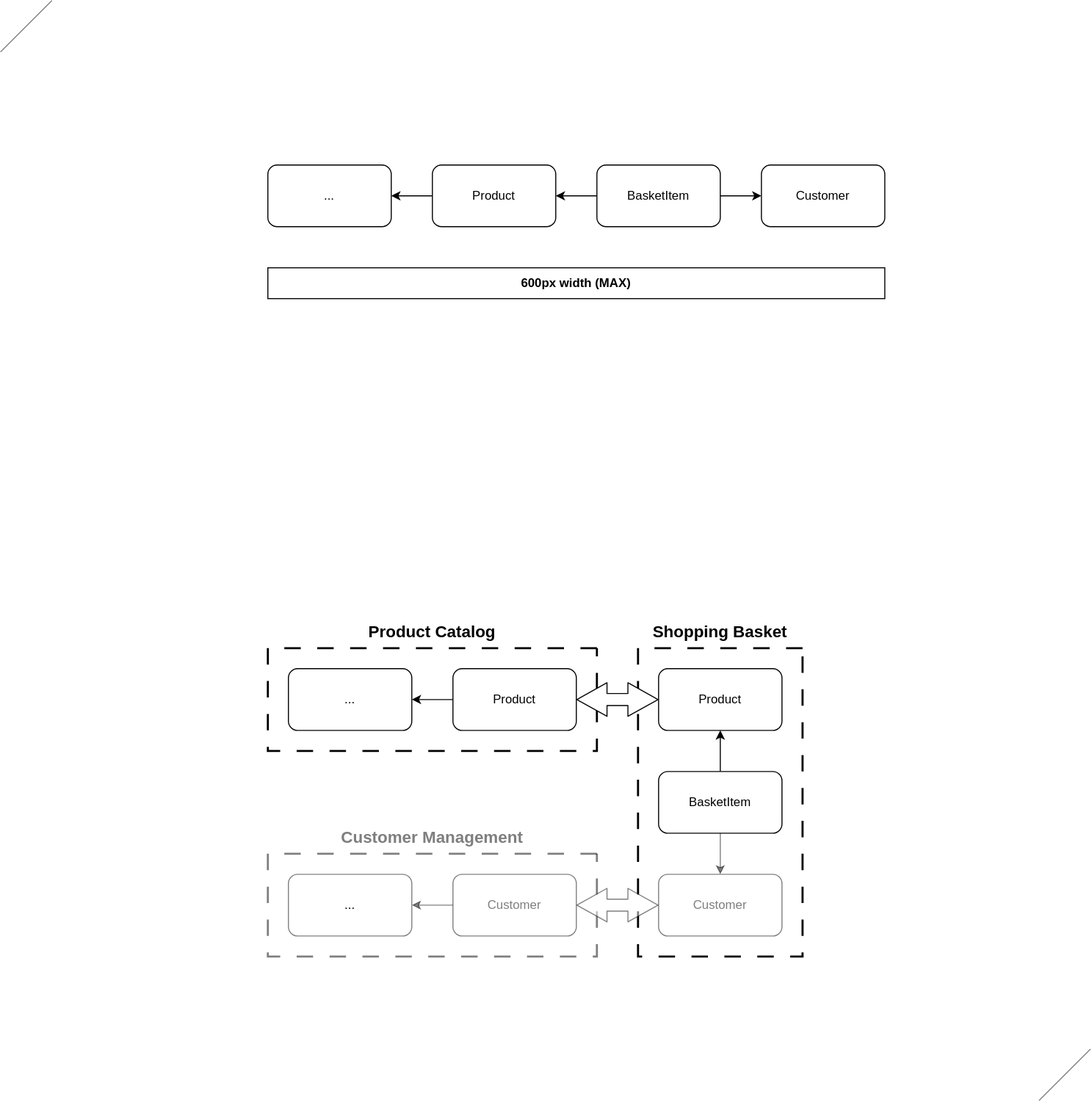
Before: Diagrams/Modular Monolith—Bounded Contexts.svg, a diagram exported from draw.io (PacktPublishing/Architecting-ASP.NET-Core-Applications-3E). Source tidied: cells renumbered, new cells last; positions are measured from the earlier drawing's top-left corner, leaving out a move shared by most shapes.
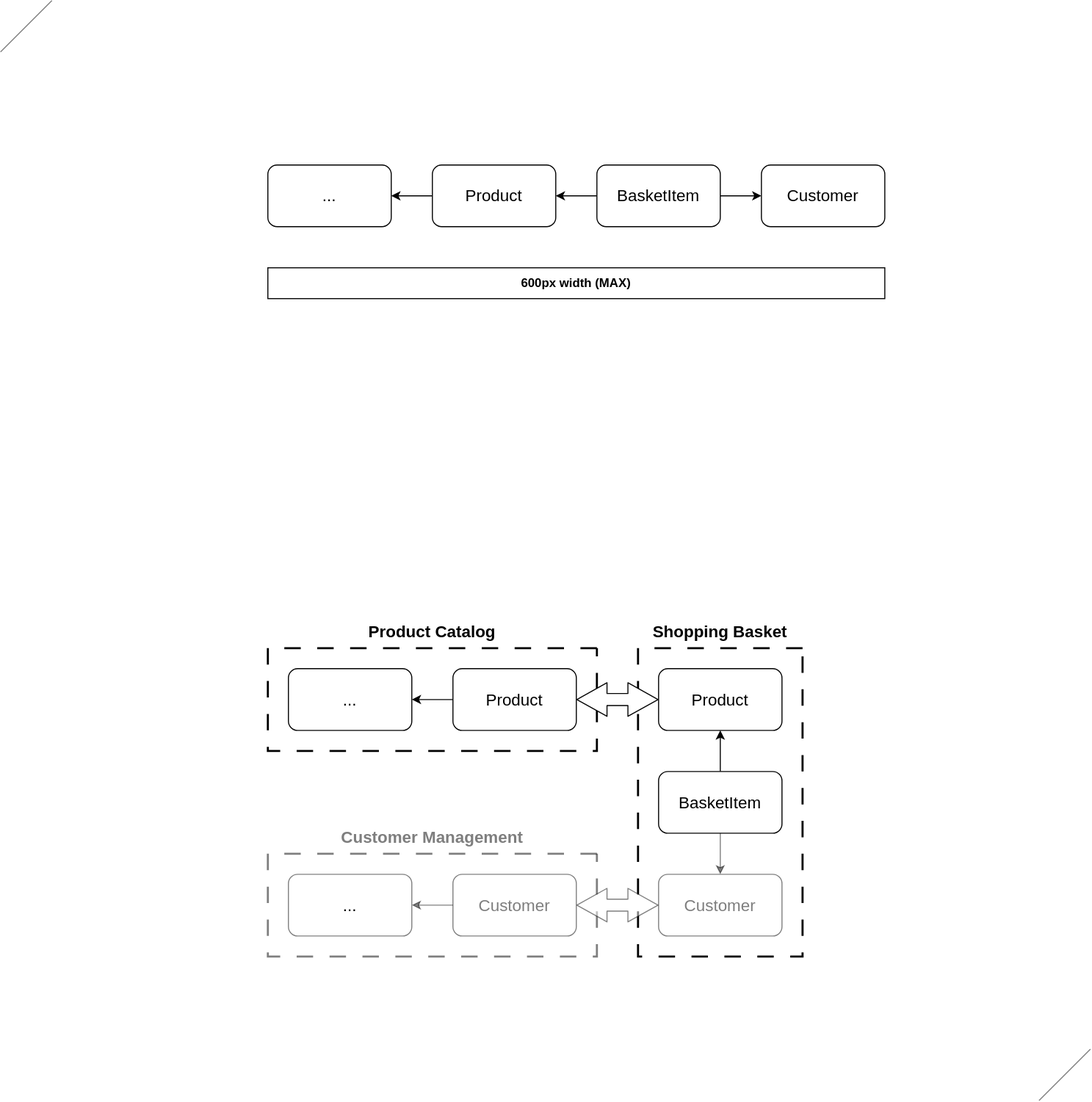
The same file after the commit.

Change to the diagram source:
```diff
@@ -8,16 +8,16 @@
     <mxCell id="3" style="edgeStyle=none;html=1;fontSize=12;fillColor=default;" parent="2" edge="1" source="4" target="5">
       <mxGeometry relative="1" as="geometry" />
     </mxCell>
-    <mxCell id="4" value="Product" style="rounded=1;whiteSpace=wrap;html=1;sketch=0;strokeWidth=1;fontSize=12;" parent="2" vertex="1">
+    <mxCell id="4" value="Product" style="rounded=1;whiteSpace=wrap;html=1;sketch=0;strokeWidth=1;fontSize=16;" parent="2" vertex="1">
       <mxGeometry x="180" y="20" width="120" height="60" as="geometry" />
     </mxCell>
-    <mxCell id="5" value="..." style="rounded=1;whiteSpace=wrap;html=1;sketch=0;strokeWidth=1;fontSize=12;" parent="2" vertex="1">
+    <mxCell id="5" value="..." style="rounded=1;whiteSpace=wrap;html=1;sketch=0;strokeWidth=1;fontSize=16;" parent="2" vertex="1">
       <mxGeometry x="20" y="20" width="120" height="60" as="geometry" />
     </mxCell>
     <mxCell id="6" value="Shopping Basket" style="swimlane;startSize=0;swimlaneLine=1;rounded=1;strokeWidth=2;dashed=1;dashPattern=8 8;labelPosition=center;verticalLabelPosition=top;align=center;verticalAlign=bottom;fontSize=16;fontStyle=1;spacingBottom=5;" parent="1" vertex="1">
       <mxGeometry x="620" y="630" width="160" height="300" as="geometry" />
     </mxCell>
-    <mxCell id="7" value="Product" style="rounded=1;whiteSpace=wrap;html=1;sketch=0;strokeWidth=1;fontSize=12;" parent="6" vertex="1">
+    <mxCell id="7" value="Product" style="rounded=1;whiteSpace=wrap;html=1;sketch=0;strokeWidth=1;fontSize=16;" parent="6" vertex="1">
       <mxGeometry x="20" y="20" width="120" height="60" as="geometry" />
     </mxCell>
     <mxCell id="8" style="edgeStyle=none;html=1;fontSize=12;" parent="6" edge="1" source="10" target="7">
@@ -26,19 +26,19 @@
     <mxCell id="9" style="edgeStyle=none;html=1;fontSize=12;fillColor=default;opacity=50;" parent="6" edge="1" source="10" target="11">
       <mxGeometry relative="1" as="geometry" />
     </mxCell>
-    <mxCell id="10" value="BasketItem" style="rounded=1;whiteSpace=wrap;html=1;" parent="6" vertex="1">
+    <mxCell id="10" value="BasketItem" style="rounded=1;whiteSpace=wrap;html=1;fontSize=16;" parent="6" vertex="1">
       <mxGeometry x="20" y="120" width="120" height="60" as="geometry" />
     </mxCell>
-    <mxCell id="11" value="Customer" style="rounded=1;whiteSpace=wrap;html=1;opacity=50;textOpacity=50;" parent="6" vertex="1">
+    <mxCell id="11" value="Customer" style="rounded=1;whiteSpace=wrap;html=1;opacity=50;textOpacity=50;fontSize=16;" parent="6" vertex="1">
       <mxGeometry x="20" y="220" width="120" height="60" as="geometry" />
     </mxCell>
     <mxCell id="12" value="Customer Management" style="swimlane;startSize=0;swimlaneLine=1;rounded=1;strokeWidth=2;dashed=1;dashPattern=8 8;labelPosition=center;verticalLabelPosition=top;align=center;verticalAlign=bottom;fontSize=16;fontStyle=1;spacingBottom=5;opacity=50;textOpacity=50;" parent="1" vertex="1">
       <mxGeometry x="260" y="830" width="320" height="100" as="geometry" />
     </mxCell>
-    <mxCell id="13" value="..." style="rounded=1;whiteSpace=wrap;html=1;opacity=50;" parent="12" vertex="1">
+    <mxCell id="13" value="..." style="rounded=1;whiteSpace=wrap;html=1;opacity=50;fontSize=16;" parent="12" vertex="1">
       <mxGeometry x="20" y="20" width="120" height="60" as="geometry" />
     </mxCell>
-    <mxCell id="14" value="Customer" style="rounded=1;whiteSpace=wrap;html=1;opacity=50;textOpacity=50;" parent="12" vertex="1">
+    <mxCell id="14" value="Customer" style="rounded=1;whiteSpace=wrap;html=1;opacity=50;textOpacity=50;fontSize=16;" parent="12" vertex="1">
       <mxGeometry x="180" y="20" width="120" height="60" as="geometry" />
     </mxCell>
     <mxCell id="15" style="edgeStyle=none;html=1;fontSize=12;fillColor=default;opacity=50;" parent="12" edge="1" source="14" target="13">
@@ -65,10 +65,10 @@
     <mxCell id="20" style="edgeStyle=none;html=1;fontSize=12;fillColor=default;" parent="1" edge="1" source="22" target="21">
       <mxGeometry relative="1" as="geometry" />
     </mxCell>
-    <mxCell id="21" value="..." style="rounded=1;whiteSpace=wrap;html=1;sketch=0;strokeWidth=1;fontSize=12;" parent="1" vertex="1">
+    <mxCell id="21" value="..." style="rounded=1;whiteSpace=wrap;html=1;sketch=0;strokeWidth=1;fontSize=16;" parent="1" vertex="1">
       <mxGeometry x="260" y="160" width="120" height="60" as="geometry" />
     </mxCell>
-    <mxCell id="22" value="Product" style="rounded=1;whiteSpace=wrap;html=1;sketch=0;strokeWidth=1;fontSize=12;" parent="1" vertex="1">
+    <mxCell id="22" value="Product" style="rounded=1;whiteSpace=wrap;html=1;sketch=0;strokeWidth=1;fontSize=16;" parent="1" vertex="1">
       <mxGeometry x="420" y="160" width="120" height="60" as="geometry" />
     </mxCell>
     <mxCell id="23" style="edgeStyle=none;html=1;fontSize=12;" parent="1" edge="1" source="25" target="22">
@@ -77,10 +77,10 @@
     <mxCell id="24" style="edgeStyle=none;html=1;fontSize=12;fillColor=default;" parent="1" edge="1" source="25" target="26">
       <mxGeometry relative="1" as="geometry" />
     </mxCell>
-    <mxCell id="25" value="BasketItem" style="rounded=1;whiteSpace=wrap;html=1;" parent="1" vertex="1">
+    <mxCell id="25" value="BasketItem" style="rounded=1;whiteSpace=wrap;html=1;fontSize=16;" parent="1" vertex="1">
       <mxGeometry x="580" y="160" width="120" height="60" as="geometry" />
     </mxCell>
-    <mxCell id="26" value="Customer" style="rounded=1;whiteSpace=wrap;html=1;" parent="1" vertex="1">
+    <mxCell id="26" value="Customer" style="rounded=1;whiteSpace=wrap;html=1;fontSize=16;" parent="1" vertex="1">
       <mxGeometry x="740" y="160" width="120" height="60" as="geometry" />
     </mxCell>
     <mxCell id="27" value="600px width (MAX)" style="rounded=0;whiteSpace=wrap;html=1;align=center;fontStyle=1;" parent="1" vertex="1">
```
